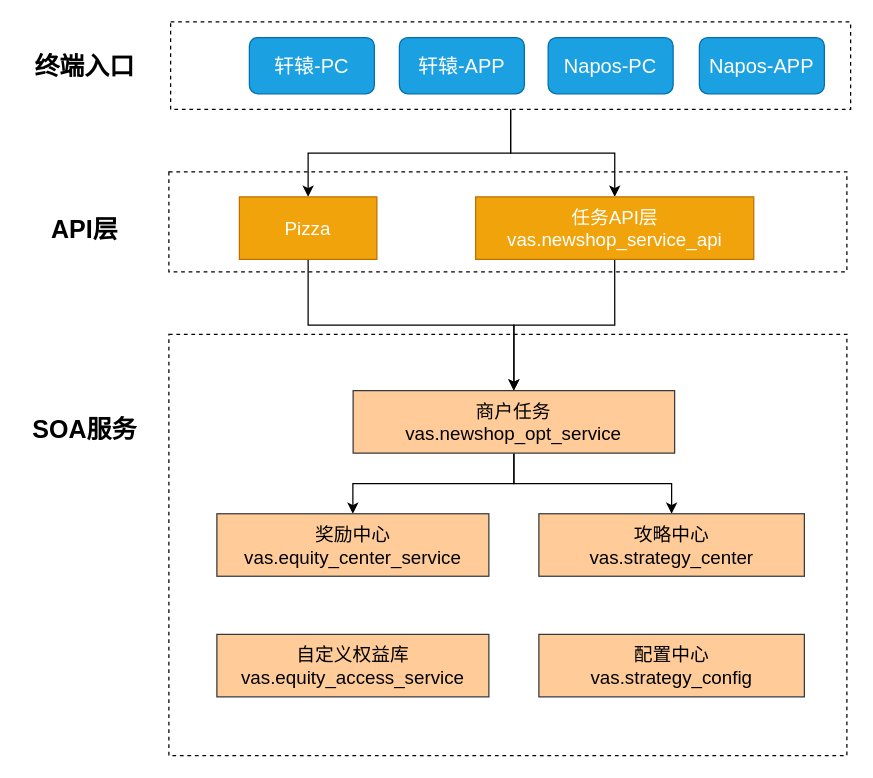
Before: page "应用部署图" (7 of 7) of 商户任务.drawio in jon-kong/draw.io, a draw.io diagram. Source tidied: cells renumbered, new cells numbered last; positions are measured from the earlier drawing's top-left corner, leaving out a move shared by most shapes. Both pictures are drawn from the tidied source at 125%, with x=0, y=0 at pixel (21, 21).
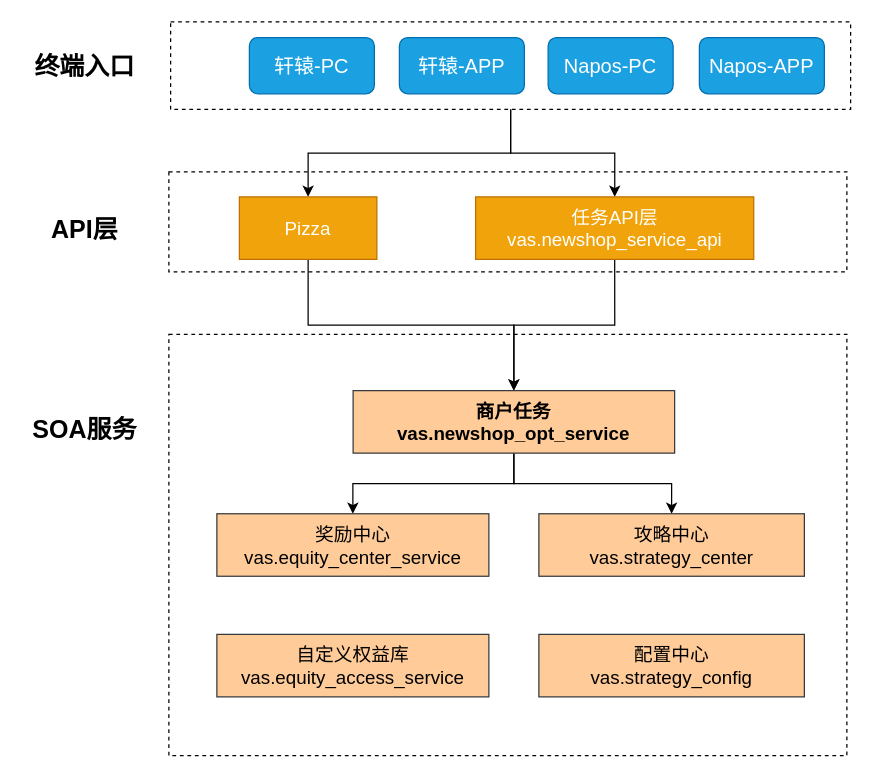
The same diagram, later.

Change to the diagram source:
```diff
@@
-    <mxCell id="18" value="商户任务&lt;br&gt;vas.newshop_opt_service" style="rounded=0;whiteSpace=wrap;html=1;fontSize=15;align=center;fillColor=#ffcc99;strokeColor=#36393d;" parent="1" vertex="1">
+    <mxCell id="18" value="商户任务&lt;br&gt;vas.newshop_opt_service" style="rounded=0;whiteSpace=wrap;html=1;fontSize=15;align=center;fillColor=#ffcc99;strokeColor=#36393d;fontStyle=1;" parent="1" vertex="1">
       <mxGeometry x="265" y="295" width="257.2" height="50" as="geometry" />
     </mxCell>
```
